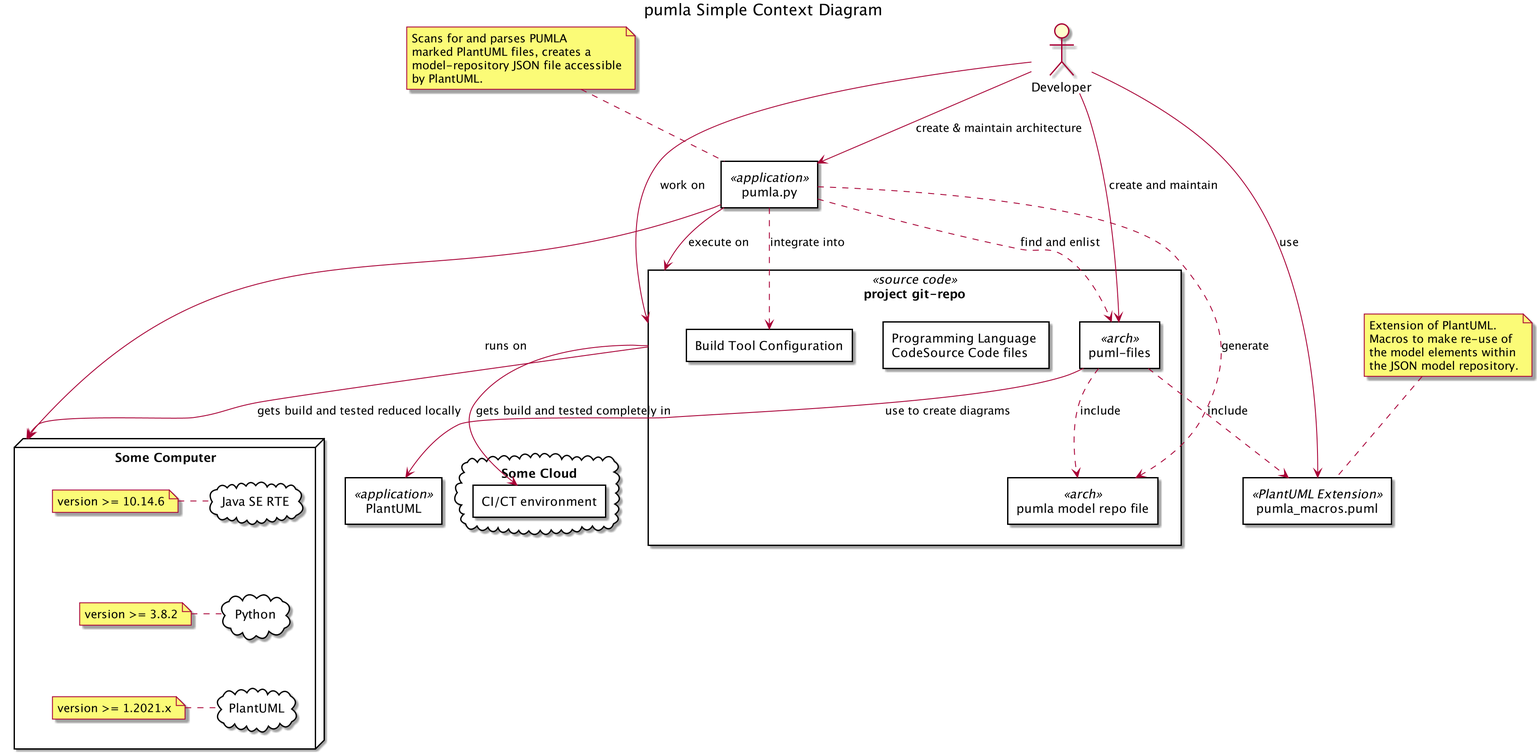
DrMarkusVoss/pumla keeps this PlantUML diagram as arch/01_context/pumla_context.png. Above is the earlier version.
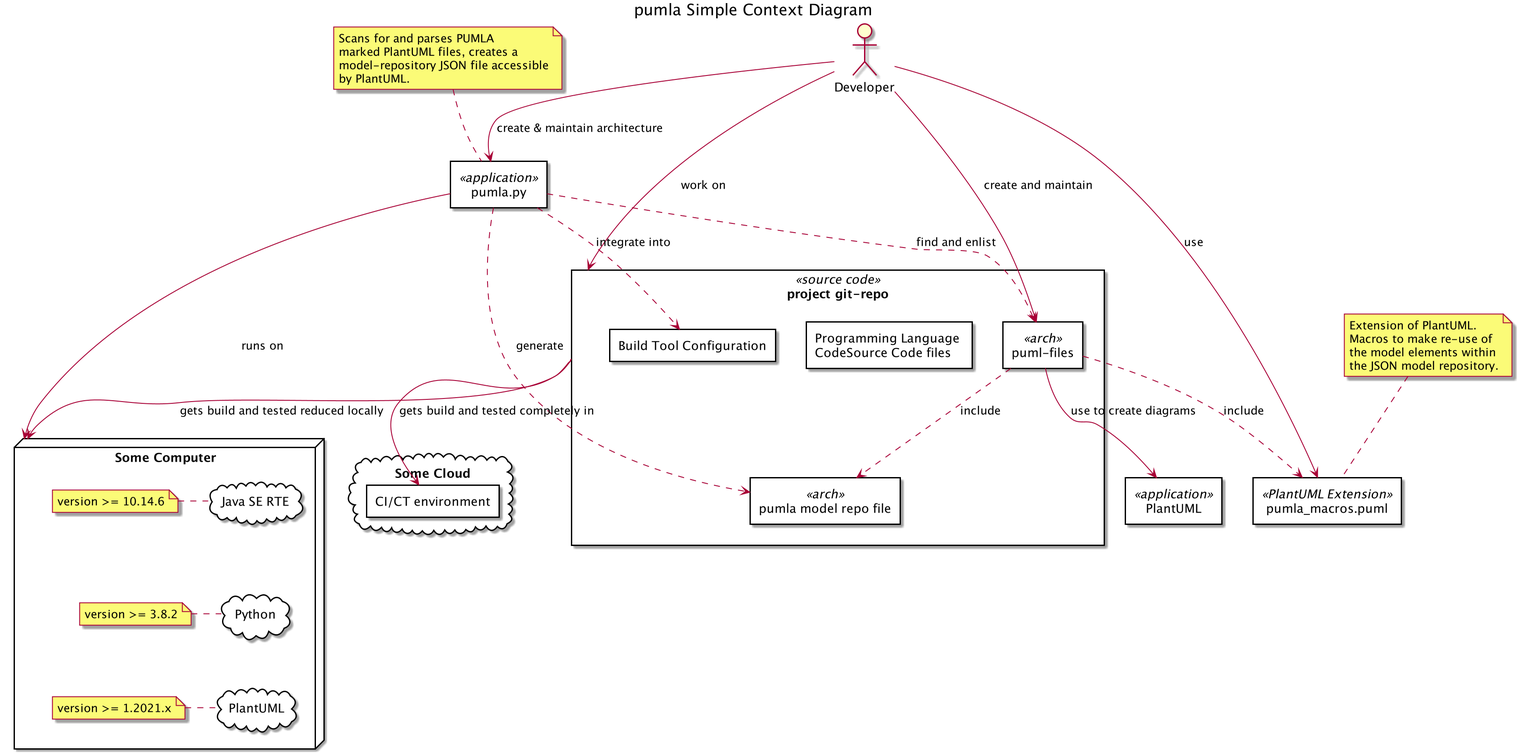
Later version of the same file.

Commit message:
small update of arch/context diagram.

Change to the diagram source:
```diff
@@ -68,11 +68,10 @@
 Java -[hidden]-> Python
 Python -[hidden]-> puml
 
-pumla -down-> sco: runs on
+pumla --> sco: runs on
 
 dev-->pumla: create & maintain architecture
 dev-->pgr: work on
-pumla --> pgr: execute on
 pumla ..> btc: integrate into
 pumla ..> pumlamr: generate
 pumla ..> pumlf: find and enlist
```
